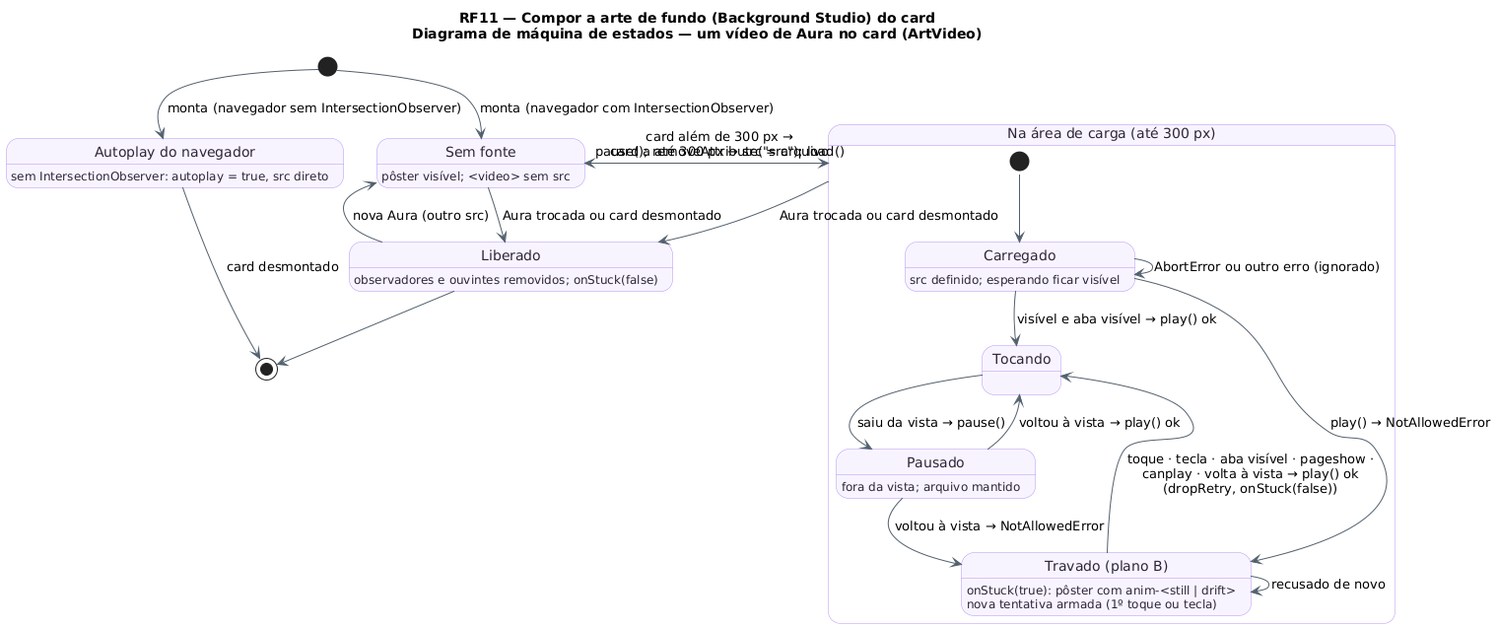
Earlier version of the PlantUML export docs/diagramas/RF11/RF11_MaquinaDeEstados_Video.png (MatheusHaliski/tcc-2026-fashion-ai-backend). Its diagram source:
```plantuml
@startuml RF11_MaquinaDeEstados_Video
!pragma layout smetana
!pragma layout smetana
title RF11 — Compor a arte de fundo (Background Studio) do card\nDiagrama de máquina de estados — um vídeo de Aura no card (ArtVideo)
skinparam backgroundColor #FFFFFF
skinparam state {
  BackgroundColor #F8F4FF
  BorderColor #B695F5
  FontColor #2D2438
  ArrowColor #52606D
}
state "Sem fonte" as SemFonte
SemFonte : pôster visível; <video> sem src
state "Na área de carga (até 300 px)" as Area {
  state "Carregado" as Carregado
  Carregado : src definido; esperando ficar visível
  state "Tocando" as Tocando
  state "Pausado" as Pausado
  Pausado : fora da vista; arquivo mantido
  state "Travado (plano B)" as Travado
  Travado : onStuck(true): pôster com anim-<still | drift>
  Travado : nova tentativa armada (1º toque ou tecla)
  [*] --> Carregado
  Carregado --> Tocando : visível e aba visível → play() ok
  Carregado --> Travado : play() → NotAllowedError
  Carregado --> Carregado : AbortError ou outro erro (ignorado)
  Tocando --> Pausado : saiu da vista → pause()
  Pausado --> Tocando : voltou à vista → play() ok
  Pausado --> Travado : voltou à vista → NotAllowedError
  Travado --> Tocando : toque · tecla · aba visível · pageshow ·\ncanplay · volta à vista → play() ok\n(dropRetry, onStuck(false))
  Travado --> Travado : recusado de novo
}
state "Liberado" as Liberado
Liberado : observadores e ouvintes removidos; onStuck(false)
state "Autoplay do navegador" as Nativo
Nativo : sem IntersectionObserver: autoplay = true, src direto

[*] --> SemFonte : monta (navegador com IntersectionObserver)
[*] --> Nativo : monta (navegador sem IntersectionObserver)
SemFonte --> Area : card a até 300 px → src = arquivo
Area --> SemFonte : card além de 300 px →\npause(); removeAttribute("src"); load()
Area --> Liberado : Aura trocada ou card desmontado
SemFonte --> Liberado : Aura trocada ou card desmontado
Liberado --> SemFonte : nova Aura (outro src)
Liberado --> [*]
Nativo --> [*] : card desmontado
@enduml
```
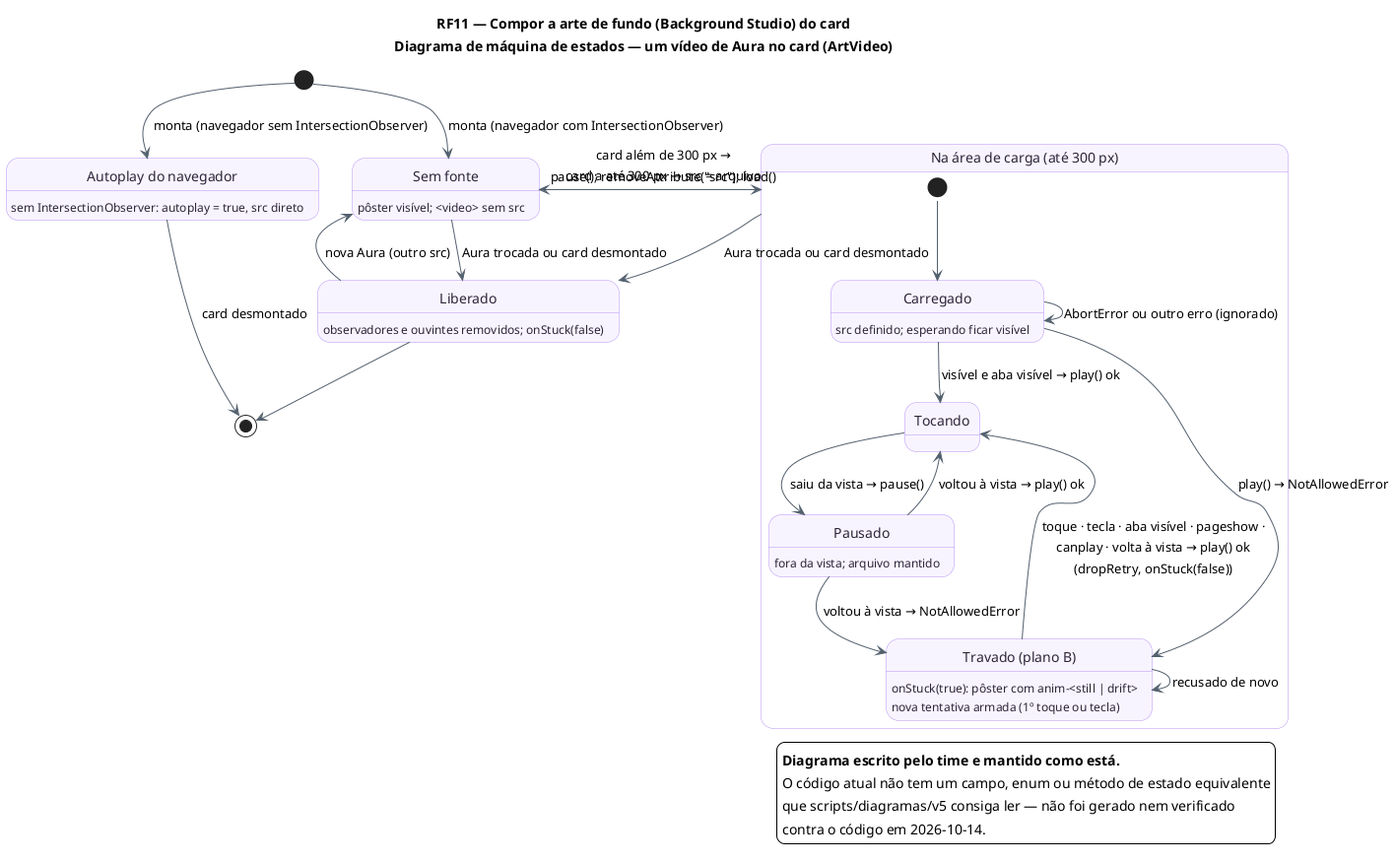
Above is the later version.

What changed in the source:
```diff
@@ -1,5 +1,4 @@
 @startuml RF11_MaquinaDeEstados_Video
-!pragma layout smetana
 !pragma layout smetana
 title RF11 — Compor a arte de fundo (Background Studio) do card\nDiagrama de máquina de estados — um vídeo de Aura no card (ArtVideo)
 skinparam backgroundColor #FFFFFF
@@ -44,4 +43,10 @@
 Liberado --> SemFonte : nova Aura (outro src)
 Liberado --> [*]
 Nativo --> [*] : card desmontado
+legend bottom right
+  <b>Diagrama escrito pelo time e mantido como está.</b>
+  O código atual não tem um campo, enum ou método de estado equivalente
+  que scripts/diagramas/v5 consiga ler — não foi gerado nem verificado
+  contra o código em 2026-10-14.
+endlegend
 @enduml
```
